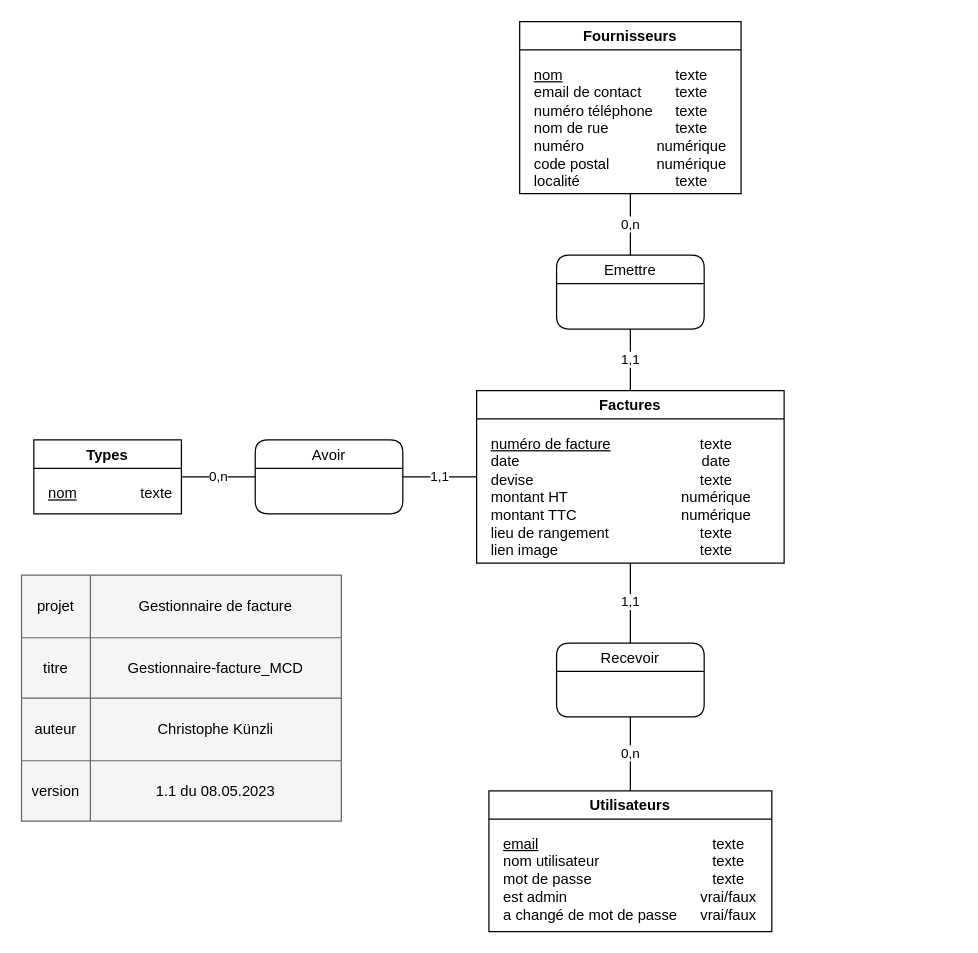
Before: Documentation/Gestionnaire-factures_MCD.drawio in ChristopheKunzli/Gestionnaire-factures, a draw.io diagram. Source tidied: cells renumbered, new cells numbered last; positions are measured from the earlier drawing's top-left corner, leaving out a move shared by most shapes. Both pictures are drawn from the tidied source at 123%, with x=0, y=0 at pixel (21, 21).
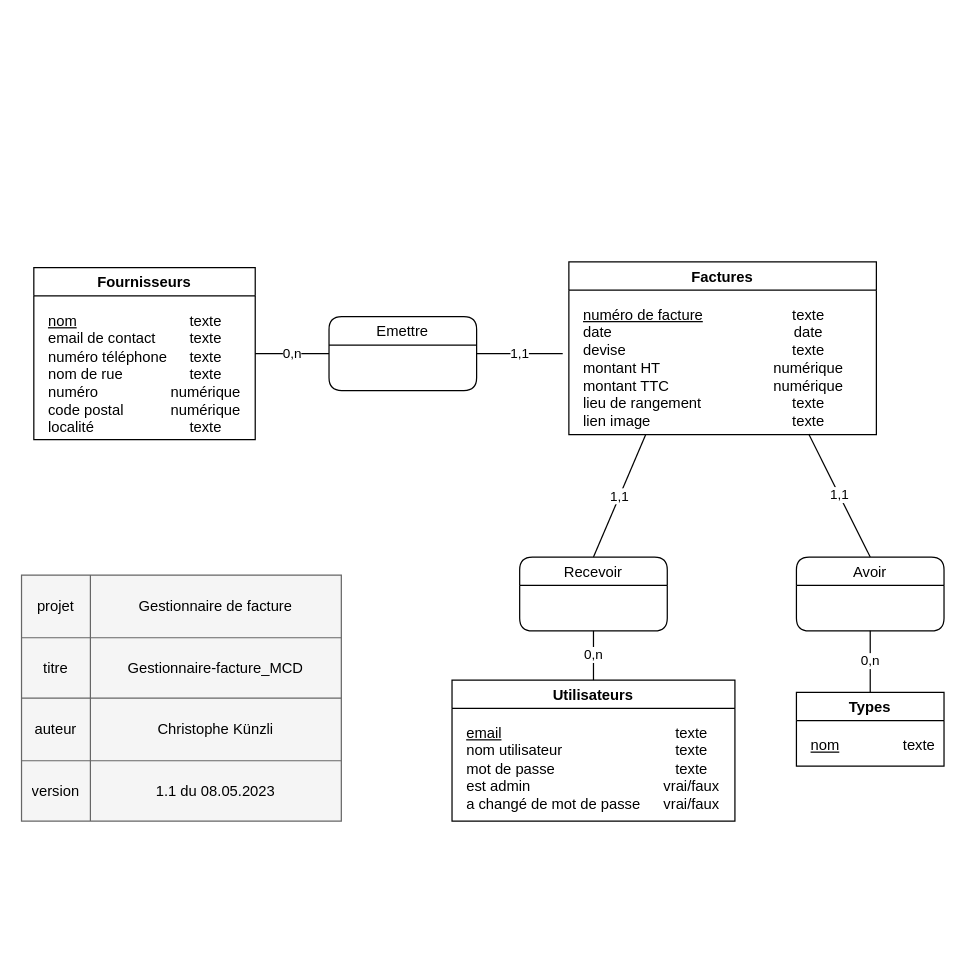
After the change.

Commit message (it also covers changes not shown here):
Finish use cases

Unchanged cells that the change refers to:
```xml
<mxCell id="20" value="texte&lt;br&gt;date&lt;br&gt;texte&lt;br&gt;numérique&lt;br&gt;numérique&lt;br&gt;texte&lt;br&gt;texte" style="text;html=1;strokeColor=none;fillColor=none;align=center;verticalAlign=top;whiteSpace=wrap;rounded=0;" parent="18" vertex="1">
  <mxGeometry x="140" y="30" width="110" height="110" as="geometry" />
</mxCell>
```

The edit, as a diff of the source:
```diff
@@
     <mxCell id="15" value="Fournisseurs" style="swimlane;startSize=23;" parent="1" vertex="1">
-      <mxGeometry x="405" width="180" height="140" as="geometry" />
+      <mxGeometry x="10" y="200" width="180" height="140" as="geometry" />
     </mxCell>
@@
     <mxCell id="18" value="Factures" style="swimlane;startSize=23;" parent="1" vertex="1">
-      <mxGeometry x="370" y="300" width="250" height="140.4" as="geometry" />
+      <mxGeometry x="445" y="195.4" width="250" height="140.4" as="geometry" />
     </mxCell>
@@
     <mxCell id="21" value="Utilisateurs" style="swimlane;startSize=23;" parent="1" vertex="1">
-      <mxGeometry x="380" y="625.4" width="230" height="114.6" as="geometry" />
+      <mxGeometry x="350" y="535.4" width="230" height="114.6" as="geometry" />
     </mxCell>
@@
     <mxCell id="24" value="Emettre" style="swimlane;rounded=1;fontStyle=0;startSize=23;" parent="1" vertex="1">
-      <mxGeometry x="435" y="190" width="120" height="60" as="geometry" />
+      <mxGeometry x="250" y="240" width="120" height="60" as="geometry" />
     </mxCell>
-    <mxCell id="25" value="0,n" style="endArrow=none;html=1;exitX=0.5;exitY=0;exitDx=0;exitDy=0;entryX=0.5;entryY=1;entryDx=0;entryDy=0;" parent="1" edge="1" source="24" target="15">
+    <mxCell id="25" value="0,n" style="endArrow=none;html=1;exitX=0;exitY=0.5;exitDx=0;exitDy=0;entryX=1;entryY=0.5;entryDx=0;entryDy=0;" parent="1" edge="1" source="24" target="15">
       <mxGeometry relative="1" as="geometry" />
     </mxCell>
     <mxCell id="26" value="Types" style="swimlane;startSize=23;" parent="1" vertex="1">
-      <mxGeometry x="10" y="340.2" width="120" height="60" as="geometry" />
+      <mxGeometry x="630" y="545.4" width="120" height="60" as="geometry" />
     </mxCell>
@@
     <mxCell id="29" value="Avoir" style="swimlane;rounded=1;fontStyle=0;startSize=23;" parent="1" vertex="1">
-      <mxGeometry x="190" y="340.2" width="120" height="60" as="geometry" />
+      <mxGeometry x="630" y="435.4" width="120" height="60" as="geometry" />
     </mxCell>
-    <mxCell id="30" value="1,1" style="endArrow=none;html=1;exitX=1;exitY=0.5;exitDx=0;exitDy=0;entryX=0;entryY=0.5;entryDx=0;entryDy=0;" parent="1" edge="1" source="29" target="18">
+    <mxCell id="30" value="1,1" style="endArrow=none;html=1;exitX=0.5;exitY=0;exitDx=0;exitDy=0;entryX=0.5;entryY=1;entryDx=0;entryDy=0;" parent="1" edge="1" source="29" target="20">
       <mxGeometry relative="1" as="geometry" />
     </mxCell>
-    <mxCell id="31" value="0,n" style="endArrow=none;html=1;exitX=1;exitY=0.5;exitDx=0;exitDy=0;entryX=0;entryY=0.5;entryDx=0;entryDy=0;" parent="1" edge="1" source="26" target="29">
+    <mxCell id="31" value="0,n" style="endArrow=none;html=1;exitX=0.5;exitY=0;exitDx=0;exitDy=0;entryX=0.5;entryY=1;entryDx=0;entryDy=0;" parent="1" edge="1" source="26" target="29">
       <mxGeometry relative="1" as="geometry" />
     </mxCell>
-    <mxCell id="32" value="1,1" style="endArrow=none;html=1;exitX=0.5;exitY=0;exitDx=0;exitDy=0;entryX=0.5;entryY=1;entryDx=0;entryDy=0;" parent="1" edge="1" source="18" target="24">
-      <mxGeometry relative="1" as="geometry" />
+    <mxCell id="32" value="1,1" style="endArrow=none;html=1;entryX=1;entryY=0.5;entryDx=0;entryDy=0;" parent="1" edge="1" target="24">
+      <mxGeometry relative="1" as="geometry">
+        <mxPoint x="440" y="270" as="sourcePoint" />
+      </mxGeometry>
     </mxCell>
     <mxCell id="33" value="Recevoir" style="swimlane;rounded=1;fontStyle=0;startSize=23;" parent="1" vertex="1">
-      <mxGeometry x="435" y="505.4" width="120" height="60" as="geometry" />
+      <mxGeometry x="405" y="435.4" width="120" height="60" as="geometry" />
     </mxCell>
@@
-    <mxCell id="35" value="1,1" style="endArrow=none;html=1;exitX=0.5;exitY=0;exitDx=0;exitDy=0;entryX=0.5;entryY=1;entryDx=0;entryDy=0;" parent="1" edge="1" source="33" target="18">
+    <mxCell id="35" value="1,1" style="endArrow=none;html=1;exitX=0.5;exitY=0;exitDx=0;exitDy=0;entryX=0.25;entryY=1;entryDx=0;entryDy=0;" parent="1" edge="1" source="33" target="18">
       <mxGeometry relative="1" as="geometry" />
     </mxCell>
```
